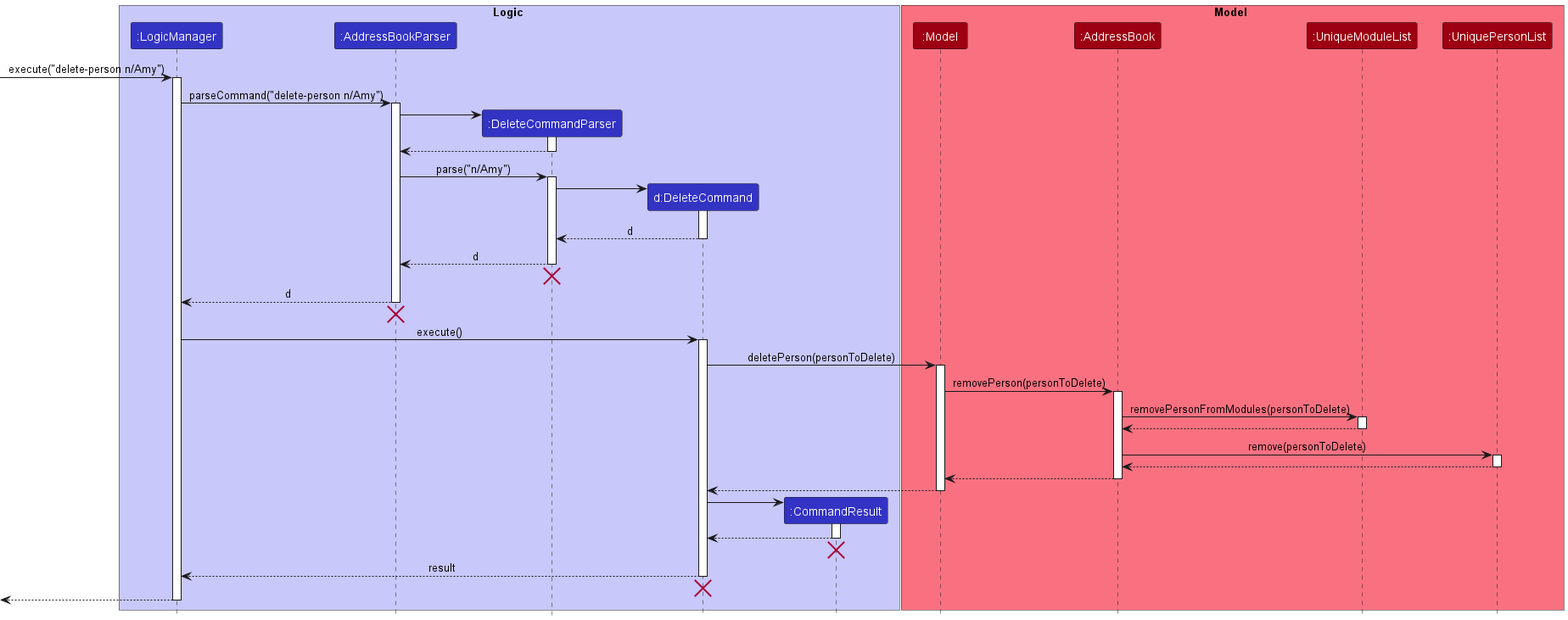
This is docs/images/DeletePersonSequenceDiagram.png from nus-cs2103-AY2223S1/tp, a PlantUML export, as it was before one commit.
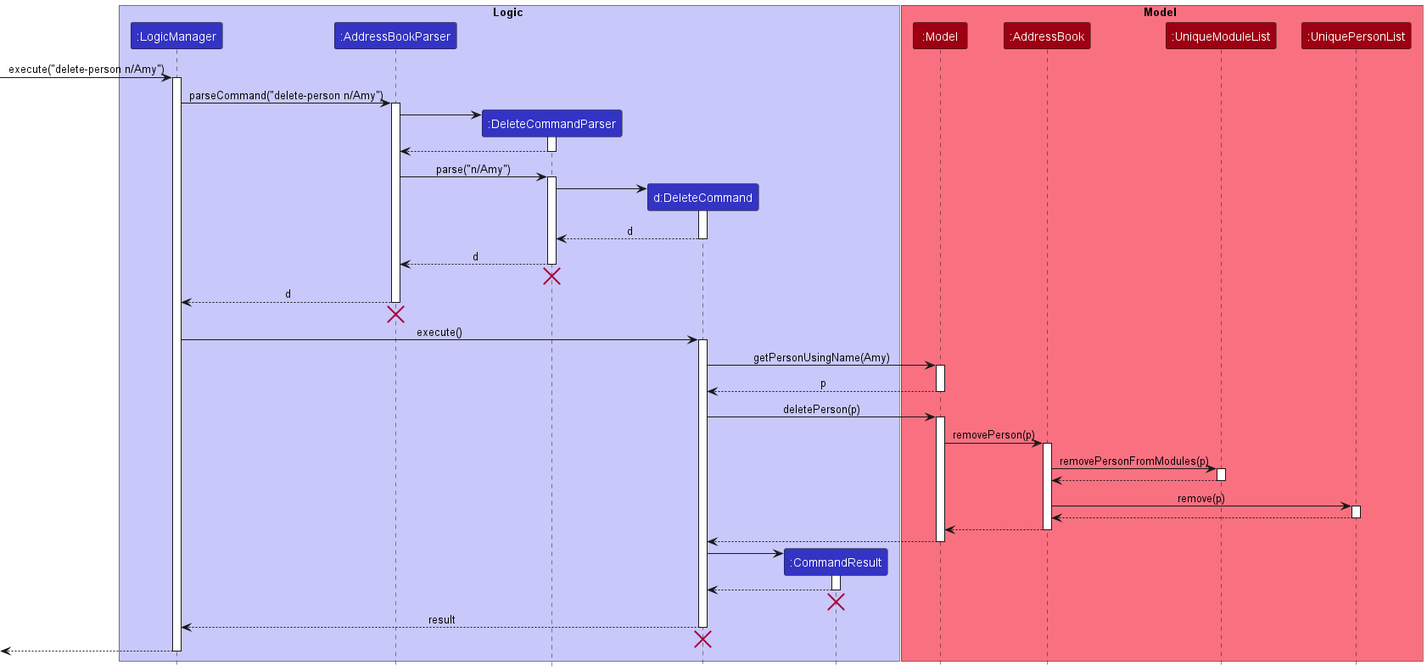
Above is the later version.

Commit message:
Add getPersonUsingName method call in

The edit, as a diff of the source:
```diff
@@ -52,19 +52,25 @@
 LogicManager -> DeleteCommand : execute()
 activate DeleteCommand
 
-DeleteCommand -> Model : deletePerson(personToDelete)
+DeleteCommand -> Model : getPersonUsingName(Amy)
 activate Model
 
-Model -> AddressBook : removePerson(personToDelete)
+Model --> DeleteCommand : p
+deactivate Model
+
+DeleteCommand -> Model : deletePerson(p)
+activate Model
+
+Model -> AddressBook : removePerson(p)
 activate AddressBook
 
-AddressBook -> UniqueModuleList : removePersonFromModules(personToDelete)
+AddressBook -> UniqueModuleList : removePersonFromModules(p)
 activate UniqueModuleList
 
 UniqueModuleList --> AddressBook
 deactivate UniqueModuleList
 
-AddressBook -> UniquePersonList : remove(personToDelete)
+AddressBook -> UniquePersonList : remove(p)
 activate UniquePersonList
 
 UniquePersonList --> AddressBook
```
